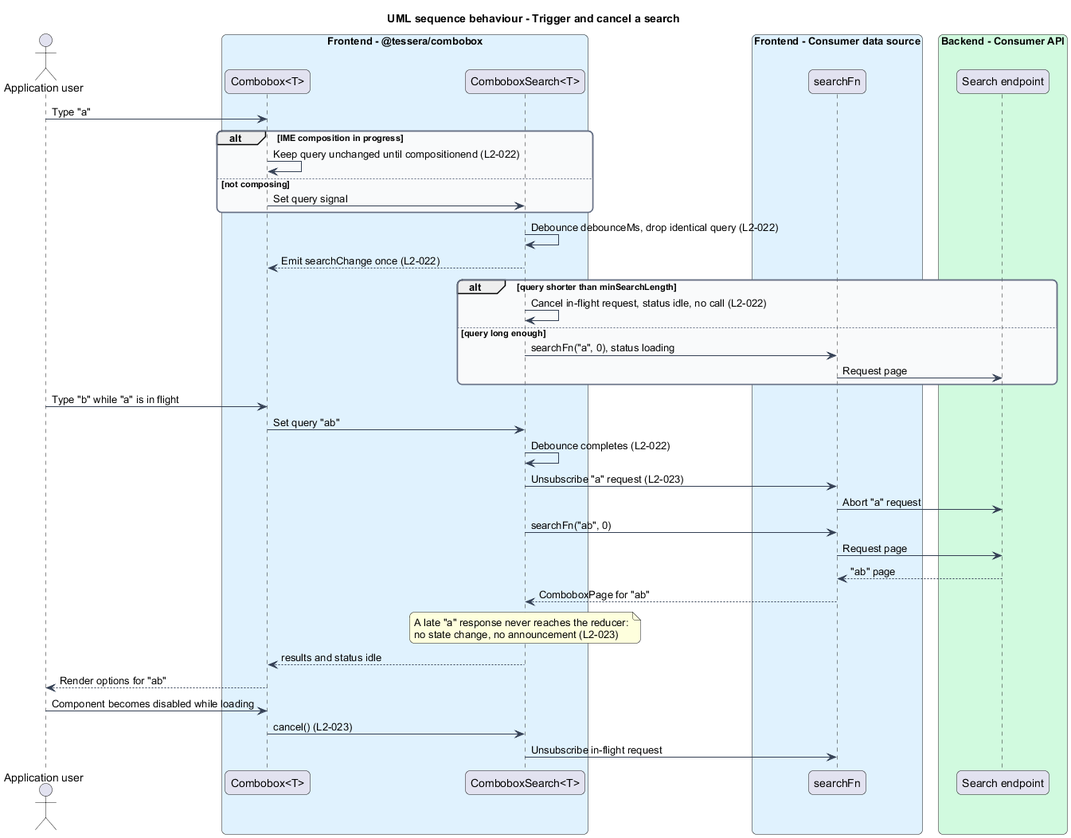
Before: docs/detailed-designs/combobox/search-options/diagrams/sequence-search.png, a diagram exported from PlantUML (QuinntyneBrown/Tessera). Its diagram source:
```plantuml
@startuml
title UML sequence behaviour - Trigger and cancel a search
skinparam backgroundColor #FFFFFF
skinparam shadowing false
skinparam roundcorner 12
skinparam defaultFontName Arial
skinparam ArrowColor #344054
skinparam rectangle {
  BorderColor #344054
  FontColor #101828
}
skinparam package {
  BorderColor #667085
  FontColor #101828
  BackgroundColor #F9FAFB
}
actor "Application user" as user
box "Frontend - @tessera/combobox" #E0F2FE
  participant "Combobox<T>" as combo
  participant "ComboboxSearch<T>" as search
end box
box "Frontend - Consumer data source" #E0F2FE
  participant "searchFn" as fn
end box
box "Backend - Consumer API" #D1FADF
  participant "Search endpoint" as api
end box

user -> combo : Type "a"
alt IME composition in progress
  combo -> combo : Keep query unchanged until compositionend (L2-022)
else not composing
  combo -> search : Set query signal
end
search -> search : Debounce debounceMs, drop identical query (L2-022)
search --> combo : Emit searchChange once (L2-022)
alt query shorter than minSearchLength
  search -> search : Cancel in-flight request, status idle, no call (L2-022)
else query long enough
  search -> fn : searchFn("a", 0), status loading
  fn -> api : Request page
end
user -> combo : Type "b" while "a" is in flight
combo -> search : Set query "ab"
search -> search : Debounce completes (L2-022)
search -> fn : Unsubscribe "a" request (L2-023)
fn -> api : Abort "a" request
search -> fn : searchFn("ab", 0)
fn -> api : Request page
api --> fn : "ab" page
fn --> search : ComboboxPage for "ab"
note over search
  A late "a" response never reaches the reducer:
  no state change, no announcement (L2-023)
end note
search --> combo : results and status idle
combo --> user : Render options for "ab"
user -> combo : Component becomes disabled while loading
combo -> search : cancel() (L2-023)
search -> fn : Unsubscribe in-flight request
@enduml
```
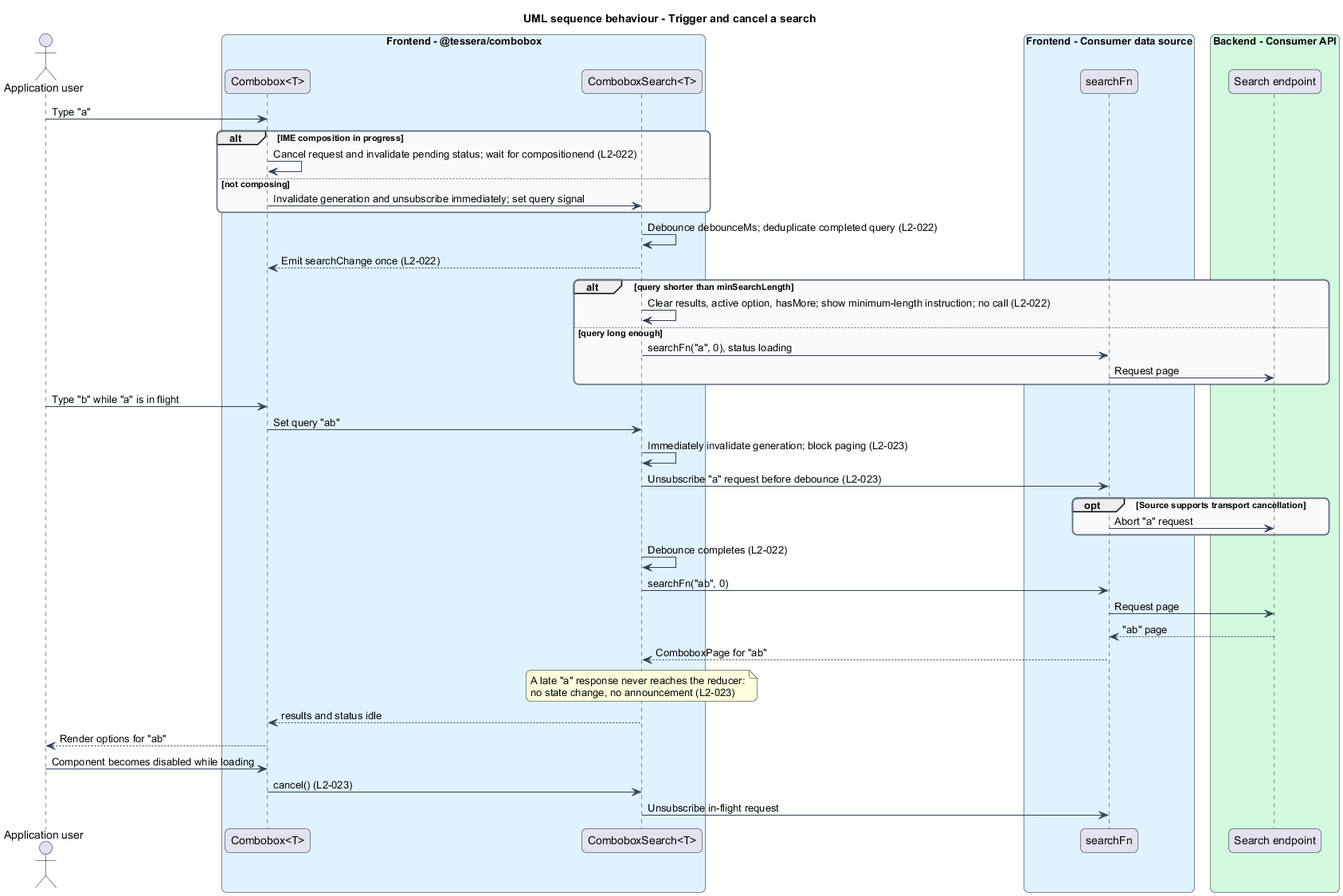
Later version of the same file.

Change to the diagram source:
```diff
@@ -28,23 +28,26 @@
 
 user -> combo : Type "a"
 alt IME composition in progress
-  combo -> combo : Keep query unchanged until compositionend (L2-022)
+  combo -> combo : Cancel request and invalidate pending status; wait for compositionend (L2-022)
 else not composing
-  combo -> search : Set query signal
+  combo -> search : Invalidate generation and unsubscribe immediately; set query signal
 end
-search -> search : Debounce debounceMs, drop identical query (L2-022)
+search -> search : Debounce debounceMs; deduplicate completed query (L2-022)
 search --> combo : Emit searchChange once (L2-022)
 alt query shorter than minSearchLength
-  search -> search : Cancel in-flight request, status idle, no call (L2-022)
+  search -> search : Clear results, active option, hasMore; show minimum-length instruction; no call (L2-022)
 else query long enough
   search -> fn : searchFn("a", 0), status loading
   fn -> api : Request page
 end
 user -> combo : Type "b" while "a" is in flight
 combo -> search : Set query "ab"
+search -> search : Immediately invalidate generation; block paging (L2-023)
+search -> fn : Unsubscribe "a" request before debounce (L2-023)
+opt Source supports transport cancellation
+  fn -> api : Abort "a" request
+end
 search -> search : Debounce completes (L2-022)
-search -> fn : Unsubscribe "a" request (L2-023)
-fn -> api : Abort "a" request
 search -> fn : searchFn("ab", 0)
 fn -> api : Request page
 api --> fn : "ab" page
```
